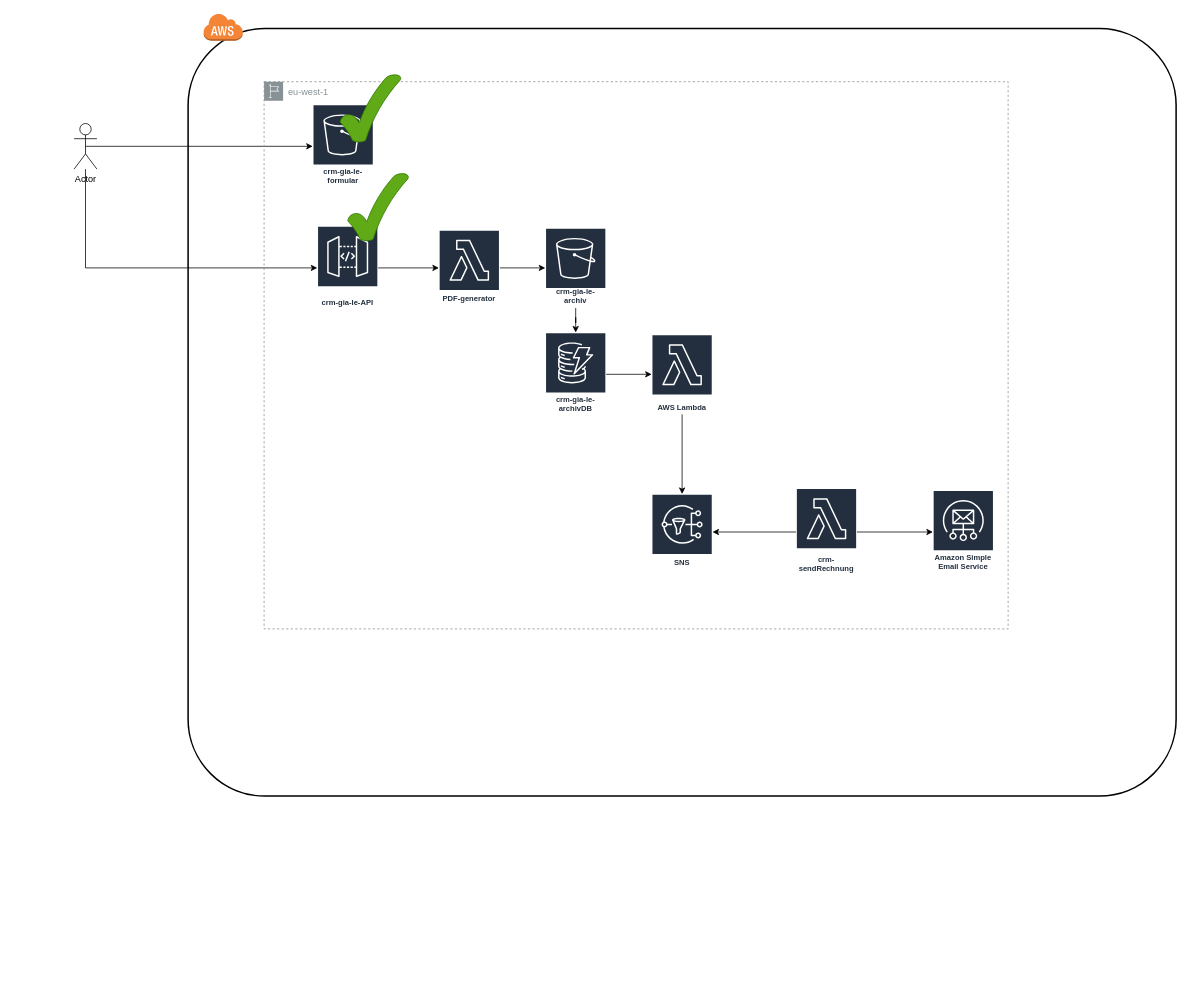
Earlier version of the draw.io diagram crm-gia-le.drawio (LeGia179/AWS_CRM). Source tidied: cells renumbered, new cells numbered last; positions are measured from the earlier drawing's top-left corner, leaving out a move shared by most shapes. Both pictures are drawn from the tidied source at 76%, with x=0, y=0 at pixel (74, 13).
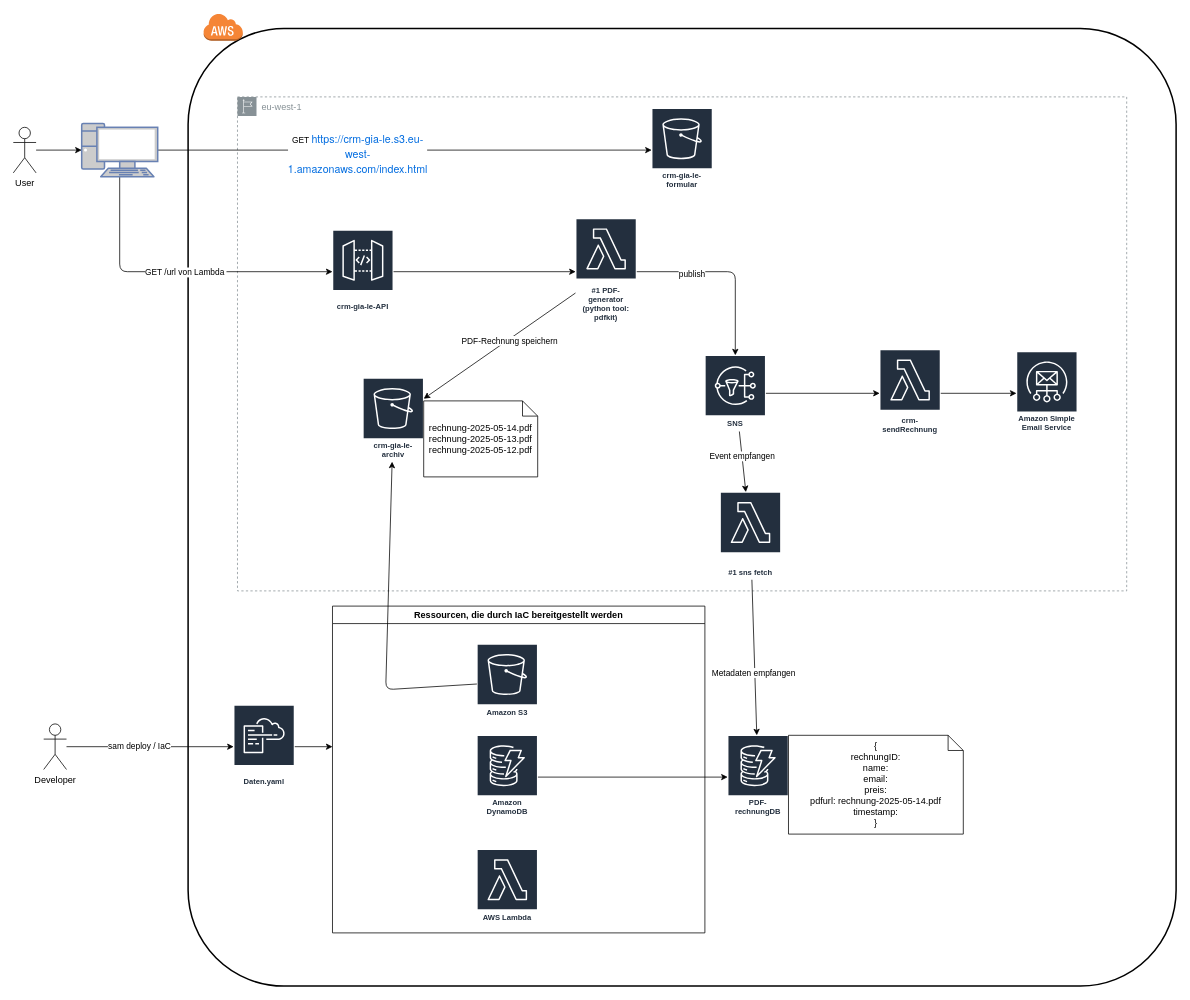
After the change.

The edit, as a diff of the source:
```diff
@@
-    <mxCell id="2" style="edgeStyle=orthogonalEdgeStyle;rounded=0;jettySize=auto;html=1;exitX=0.5;exitY=0.5;exitDx=0;exitDy=0;exitPerimeter=0;" parent="1" edge="1" source="4" target="8">
-      <mxGeometry relative="1" as="geometry" />
-    </mxCell>
-    <mxCell id="3" style="edgeStyle=orthogonalEdgeStyle;rounded=0;jettySize=auto;html=1;" parent="1" edge="1" source="4" target="12">
-      <mxGeometry relative="1" as="geometry">
-        <Array as="points">
-          <mxPoint x="15" y="335" />
-        </Array>
-      </mxGeometry>
-    </mxCell>
+    <mxCell id="26" style="edgeStyle=none;html=1;" parent="1" edge="1" source="4" target="37">
+      <mxGeometry relative="1" as="geometry" />
+    </mxCell>
-    <mxCell id="4" value="Actor" style="shape=umlActor;verticalLabelPosition=bottom;verticalAlign=top;html=1;outlineConnect=0;" parent="1" vertex="1">
-      <mxGeometry y="145" width="30" height="60" as="geometry" />
+    <mxCell id="4" value="User" style="shape=umlActor;verticalLabelPosition=bottom;verticalAlign=top;html=1;outlineConnect=0;" parent="1" vertex="1">
+      <mxGeometry x="-80" y="150" width="30" height="60" as="geometry" />
     </mxCell>
     <mxCell id="5" style="rounded=1;arcSize=10;dashed=0;fillColor=none;gradientColor=none;strokeWidth=2;" parent="1" vertex="1">
-      <mxGeometry x="150" y="20" width="1300" height="1010" as="geometry" />
+      <mxGeometry x="150" y="20" width="1300" height="1260" as="geometry" />
     </mxCell>
@@
     <mxCell id="7" value="eu-west-1" style="sketch=0;gradientColor=none;html=1;whiteSpace=wrap;fontSize=12;fontStyle=0;shape=mxgraph.aws4.group;grIcon=mxgraph.aws4.group_region;strokeColor=light-dark(#879196,#15774C);fillColor=none;verticalAlign=top;align=left;spacingLeft=30;fontColor=#879196;dashed=1;" parent="1" vertex="1">
-      <mxGeometry x="250" y="90" width="979" height="720" as="geometry" />
+      <mxGeometry x="215" y="110" width="1170" height="650" as="geometry" />
     </mxCell>
     <mxCell id="8" value="crm-gia-le-formular" style="sketch=0;outlineConnect=0;fontColor=#232F3E;gradientColor=none;strokeColor=#ffffff;fillColor=#232F3E;dashed=0;verticalLabelPosition=middle;verticalAlign=bottom;align=center;html=1;whiteSpace=wrap;fontSize=10;fontStyle=1;spacing=3;shape=mxgraph.aws4.productIcon;prIcon=mxgraph.aws4.s3;" parent="1" vertex="1">
-      <mxGeometry x="314" y="120" width="80" height="110" as="geometry" />
+      <mxGeometry x="760" y="125" width="80" height="110" as="geometry" />
     </mxCell>
+    <mxCell id="27" style="edgeStyle=none;html=1;" parent="1" edge="1" source="10" target="19">
+      <mxGeometry relative="1" as="geometry">
+        <Array as="points">
+          <mxPoint x="870" y="340" />
+        </Array>
+      </mxGeometry>
+    </mxCell>
+    <mxCell id="28" value="publish" style="edgeLabel;html=1;align=center;verticalAlign=middle;" parent="27" vertex="1">
+      <mxGeometry x="-0.4" y="-3" relative="1" as="geometry" />
+    </mxCell>
-    <mxCell id="9" style="edgeStyle=orthogonalEdgeStyle;rounded=0;jettySize=auto;html=1;" parent="1" edge="1" source="10" target="16">
+    <mxCell id="9" style="edgeStyle=none;html=1;" parent="1" edge="1" source="10" target="16">
       <mxGeometry relative="1" as="geometry" />
     </mxCell>
+    <mxCell id="29" value="PDF-Rechnung speichern" style="edgeLabel;html=1;align=center;verticalAlign=middle;" parent="9" vertex="1">
+      <mxGeometry x="-0.12" y="1" relative="1" as="geometry">
+        <mxPoint y="1" as="offset" />
+      </mxGeometry>
+    </mxCell>
-    <mxCell id="10" value="PDF-generator" style="sketch=0;outlineConnect=0;fontColor=#232F3E;gradientColor=none;strokeColor=#ffffff;fillColor=#232F3E;dashed=0;verticalLabelPosition=middle;verticalAlign=bottom;align=center;html=1;whiteSpace=wrap;fontSize=10;fontStyle=1;spacing=3;shape=mxgraph.aws4.productIcon;prIcon=mxgraph.aws4.lambda;" parent="1" vertex="1">
-      <mxGeometry x="480" y="285" width="80" height="100" as="geometry" />
+    <mxCell id="10" value="#1 PDF-generator (python tool: pdfkit)" style="sketch=0;outlineConnect=0;fontColor=#232F3E;gradientColor=none;strokeColor=#ffffff;fillColor=#232F3E;dashed=0;verticalLabelPosition=middle;verticalAlign=bottom;align=center;html=1;whiteSpace=wrap;fontSize=10;fontStyle=1;spacing=3;shape=mxgraph.aws4.productIcon;prIcon=mxgraph.aws4.lambda;" parent="1" vertex="1">
+      <mxGeometry x="660" y="270" width="80" height="140" as="geometry" />
     </mxCell>
@@
     <mxCell id="12" value="crm-gia-le-API" style="sketch=0;outlineConnect=0;fontColor=#232F3E;gradientColor=none;strokeColor=#ffffff;fillColor=#232F3E;dashed=0;verticalLabelPosition=middle;verticalAlign=bottom;align=center;html=1;whiteSpace=wrap;fontSize=10;fontStyle=1;spacing=3;shape=mxgraph.aws4.productIcon;prIcon=mxgraph.aws4.api_gateway;" parent="1" vertex="1">
-      <mxGeometry x="320" y="280" width="80" height="110" as="geometry" />
+      <mxGeometry x="340" y="285" width="80" height="110" as="geometry" />
     </mxCell>
-    <mxCell id="13" style="edgeStyle=orthogonalEdgeStyle;rounded=0;jettySize=auto;html=1;" parent="1" edge="1" source="14" target="24">
-      <mxGeometry relative="1" as="geometry" />
-    </mxCell>
-    <mxCell id="14" value="crm-gia-le-archivDB" style="sketch=0;outlineConnect=0;fontColor=#232F3E;gradientColor=none;strokeColor=#ffffff;fillColor=#232F3E;dashed=0;verticalLabelPosition=middle;verticalAlign=bottom;align=center;html=1;whiteSpace=wrap;fontSize=10;fontStyle=1;spacing=3;shape=mxgraph.aws4.productIcon;prIcon=mxgraph.aws4.dynamodb;" parent="1" vertex="1">
-      <mxGeometry x="620" y="420" width="80" height="110" as="geometry" />
-    </mxCell>
-    <mxCell id="15" style="edgeStyle=orthogonalEdgeStyle;rounded=0;jettySize=auto;html=1;" parent="1" edge="1" source="16" target="14">
-      <mxGeometry relative="1" as="geometry" />
-    </mxCell>
     <mxCell id="16" value="crm-gia-le-archiv" style="sketch=0;outlineConnect=0;fontColor=#232F3E;gradientColor=none;strokeColor=#ffffff;fillColor=#232F3E;dashed=0;verticalLabelPosition=middle;verticalAlign=bottom;align=center;html=1;whiteSpace=wrap;fontSize=10;fontStyle=1;spacing=3;shape=mxgraph.aws4.productIcon;prIcon=mxgraph.aws4.s3;" parent="1" vertex="1">
-      <mxGeometry x="620" y="282.5" width="80" height="105" as="geometry" />
+      <mxGeometry x="380" y="480" width="80" height="110" as="geometry" />
     </mxCell>
-    <mxCell id="17" style="verticalLabelPosition=bottom;verticalAlign=top;html=1;shape=mxgraph.basic.tick;fillColor=#60a917;fontColor=#ffffff;strokeColor=#2D7600;" parent="1" vertex="1">
-      <mxGeometry x="350" y="80" width="80" height="90" as="geometry" />
-    </mxCell>
-    <mxCell id="18" style="verticalLabelPosition=bottom;verticalAlign=top;html=1;shape=mxgraph.basic.tick;fillColor=#60a917;fontColor=#ffffff;strokeColor=#2D7600;" parent="1" vertex="1">
-      <mxGeometry x="360" y="210" width="80" height="90" as="geometry" />
-    </mxCell>
+    <mxCell id="30" style="edgeStyle=none;html=1;" parent="1" edge="1" source="19" target="40">
+      <mxGeometry relative="1" as="geometry" />
+    </mxCell>
+    <mxCell id="31" value="Event empfangen" style="edgeLabel;html=1;align=center;verticalAlign=middle;" parent="30" vertex="1">
+      <mxGeometry x="-0.15" relative="1" as="geometry">
+        <mxPoint y="-1" as="offset" />
+      </mxGeometry>
+    </mxCell>
+    <mxCell id="32" style="edgeStyle=none;html=1;" parent="1" edge="1" source="19" target="22">
+      <mxGeometry relative="1" as="geometry" />
+    </mxCell>
     <mxCell id="19" value="SNS" style="sketch=0;outlineConnect=0;fontColor=#232F3E;gradientColor=none;strokeColor=#ffffff;fillColor=#232F3E;dashed=0;verticalLabelPosition=middle;verticalAlign=bottom;align=center;html=1;whiteSpace=wrap;fontSize=10;fontStyle=1;spacing=3;shape=mxgraph.aws4.productIcon;prIcon=mxgraph.aws4.sns;" parent="1" vertex="1">
-      <mxGeometry x="760" y="632.5" width="80" height="100" as="geometry" />
+      <mxGeometry x="830" y="450" width="80" height="100" as="geometry" />
     </mxCell>
-    <mxCell id="20" style="edgeStyle=orthogonalEdgeStyle;rounded=0;jettySize=auto;html=1;" parent="1" edge="1" source="22" target="19">
-      <mxGeometry relative="1" as="geometry" />
-    </mxCell>
@@
     <mxCell id="22" value="crm-sendRechnung" style="sketch=0;outlineConnect=0;fontColor=#232F3E;gradientColor=none;strokeColor=#ffffff;fillColor=#232F3E;dashed=0;verticalLabelPosition=middle;verticalAlign=bottom;align=center;html=1;whiteSpace=wrap;fontSize=10;fontStyle=1;spacing=3;shape=mxgraph.aws4.productIcon;prIcon=mxgraph.aws4.lambda;" parent="1" vertex="1">
-      <mxGeometry x="950" y="625" width="80" height="115" as="geometry" />
+      <mxGeometry x="1060" y="442.5" width="80" height="115" as="geometry" />
     </mxCell>
-    <mxCell id="23" style="edgeStyle=orthogonalEdgeStyle;rounded=0;jettySize=auto;html=1;" parent="1" edge="1" source="24" target="19">
-      <mxGeometry relative="1" as="geometry" />
-    </mxCell>
+    <mxCell id="25" value="Amazon Simple Email Service" style="sketch=0;outlineConnect=0;fontColor=#232F3E;gradientColor=none;strokeColor=#ffffff;fillColor=#232F3E;dashed=0;verticalLabelPosition=middle;verticalAlign=bottom;align=center;html=1;whiteSpace=wrap;fontSize=10;fontStyle=1;spacing=3;shape=mxgraph.aws4.productIcon;prIcon=mxgraph.aws4.simple_email_service;" parent="1" vertex="1">
+      <mxGeometry x="1240" y="445" width="80" height="110" as="geometry" />
+    </mxCell>
+    <mxCell id="33" style="edgeStyle=none;html=1;" parent="1" edge="1" source="37" target="8">
+      <mxGeometry relative="1" as="geometry" />
+    </mxCell>
+    <mxCell id="34" value="GET&amp;nbsp;&lt;a style=&quot;-webkit-font-smoothing: inherit; border-collapse: separate; border-spacing: 0px; box-sizing: border-box; caption-side: top; color: rgb(0, 108, 224); cursor: auto; direction: inherit; display: inline; empty-cells: show; font-family: &amp;quot;Amazon Ember&amp;quot;, &amp;quot;Helvetica Neue&amp;quot;, Roboto, Arial, sans-serif; font-size: 14px; font-stretch: normal; font-variant-numeric: normal; font-variant-east-asian: normal; font-variant-alternates: normal; font-variant-position: normal; font-variant-emoji: normal; hyphens: none; line-height: 20px; list-style: outside none disc; tab-size: 8; text-align: start; text-decoration-color: transparent; text-decoration-line: none; text-decoration-thickness: 1px; text-shadow: none; text-underline-offset: 0.25em; transition-duration: 0.165s; transition-property: color, text-decoration, -webkit-text-decoration; visibility: visible; text-wrap-mode: wrap;&quot; href=&quot;https://crm-gia-le.s3.eu-west-1.amazonaws.com/index.html&quot; class=&quot;awsui_link_4c84z_ornir_145 awsui_variant-secondary_4c84z_ornir_211 awsui_font-size-body-m_4c84z_ornir_475&quot; data-awsui-analytics=&quot;{&amp;quot;action&amp;quot;:&amp;quot;click&amp;quot;,&amp;quot;detail&amp;quot;:{&amp;quot;label&amp;quot;:{&amp;quot;root&amp;quot;:&amp;quot;self&amp;quot;},&amp;quot;external&amp;quot;:&amp;quot;false&amp;quot;,&amp;quot;href&amp;quot;:&amp;quot;https://crm-gia-le.s3.eu-west-1.amazonaws.com/index.html&amp;quot;},&amp;quot;component&amp;quot;:{&amp;quot;name&amp;quot;:&amp;quot;awsui.Link&amp;quot;,&amp;quot;label&amp;quot;:{&amp;quot;root&amp;quot;:&amp;quot;self&amp;quot;},&amp;quot;properties&amp;quot;:{&amp;quot;variant&amp;quot;:&amp;quot;secondary&amp;quot;}}}&quot; id=&quot;link-self473-1747249241662-9048&quot;&gt;https://crm-gia-le.s3.eu-west-1.amazonaws.com/index.html&lt;/a&gt;" style="edgeLabel;html=1;align=center;verticalAlign=middle;" parent="33" vertex="1">
+      <mxGeometry x="-0.19" y="-3" relative="1" as="geometry">
+        <mxPoint x="-1" as="offset" />
+      </mxGeometry>
+    </mxCell>
+    <mxCell id="35" style="edgeStyle=none;html=1;" parent="1" edge="1" source="37" target="12">
+      <mxGeometry relative="1" as="geometry">
+        <Array as="points">
+          <mxPoint x="60" y="340" />
+        </Array>
+      </mxGeometry>
+    </mxCell>
+    <mxCell id="36" value="GET /url von Lambda&amp;nbsp;" style="edgeLabel;html=1;align=center;verticalAlign=middle;" parent="35" vertex="1">
+      <mxGeometry x="0.04" relative="1" as="geometry" />
+    </mxCell>
+    <mxCell id="37" style="fontColor=#0066CC;verticalAlign=top;verticalLabelPosition=bottom;labelPosition=center;align=center;html=1;outlineConnect=0;fillColor=#CCCCCC;strokeColor=#6881B3;gradientColor=none;gradientDirection=north;strokeWidth=2;shape=mxgraph.networks.pc;" parent="1" vertex="1">
+      <mxGeometry x="10" y="145" width="100" height="70" as="geometry" />
+    </mxCell>
+    <mxCell id="38" style="edgeStyle=none;html=1;" parent="1" edge="1" source="40" target="41">
+      <mxGeometry relative="1" as="geometry" />
+    </mxCell>
+    <mxCell id="39" value="Metadaten empfangen" style="edgeLabel;html=1;align=center;verticalAlign=middle;" parent="38" vertex="1">
+      <mxGeometry x="0.19" y="-2" relative="1" as="geometry" />
+    </mxCell>
+    <mxCell id="40" value="#1 sns fetch" style="sketch=0;outlineConnect=0;fontColor=#232F3E;gradientColor=none;strokeColor=#ffffff;fillColor=#232F3E;dashed=0;verticalLabelPosition=middle;verticalAlign=bottom;align=center;html=1;whiteSpace=wrap;fontSize=10;fontStyle=1;spacing=3;shape=mxgraph.aws4.productIcon;prIcon=mxgraph.aws4.lambda;" parent="1" vertex="1">
+      <mxGeometry x="850" y="630" width="80" height="115" as="geometry" />
+    </mxCell>
+    <mxCell id="41" value="PDF-rechnungDB" style="sketch=0;outlineConnect=0;fontColor=#232F3E;gradientColor=none;strokeColor=#ffffff;fillColor=#232F3E;dashed=0;verticalLabelPosition=middle;verticalAlign=bottom;align=center;html=1;whiteSpace=wrap;fontSize=10;fontStyle=1;spacing=3;shape=mxgraph.aws4.productIcon;prIcon=mxgraph.aws4.dynamodb;" parent="1" vertex="1">
+      <mxGeometry x="860" y="950" width="80" height="110" as="geometry" />
+    </mxCell>
+    <mxCell id="42" style="edgeStyle=none;html=1;" parent="1" edge="1" source="44" target="46">
+      <mxGeometry relative="1" as="geometry" />
+    </mxCell>
+    <mxCell id="43" value="sam deploy / IaC" style="edgeLabel;html=1;align=center;verticalAlign=middle;" parent="42" vertex="1">
+      <mxGeometry x="-0.14" y="1" relative="1" as="geometry" />
+    </mxCell>
+    <mxCell id="44" value="Developer" style="shape=umlActor;verticalLabelPosition=bottom;verticalAlign=top;html=1;outlineConnect=0;" parent="1" vertex="1">
+      <mxGeometry x="-40" y="935" width="30" height="60" as="geometry" />
+    </mxCell>
+    <mxCell id="45" style="edgeStyle=none;html=1;" parent="1" edge="1" source="46">
+      <mxGeometry relative="1" as="geometry">
+        <mxPoint x="340" y="965" as="targetPoint" />
+      </mxGeometry>
+    </mxCell>
+    <mxCell id="46" value="Daten.yaml" style="sketch=0;outlineConnect=0;fontColor=#232F3E;gradientColor=none;strokeColor=#ffffff;fillColor=#232F3E;dashed=0;verticalLabelPosition=middle;verticalAlign=bottom;align=center;html=1;whiteSpace=wrap;fontSize=10;fontStyle=1;spacing=3;shape=mxgraph.aws4.productIcon;prIcon=mxgraph.aws4.cloudformation;" parent="1" vertex="1">
+      <mxGeometry x="210" y="910" width="80" height="110" as="geometry" />
+    </mxCell>
+    <mxCell id="47" style="edgeStyle=none;html=1;" parent="1" edge="1" source="50" target="41">
+      <mxGeometry relative="1" as="geometry" />
+    </mxCell>
+    <mxCell id="48" value="Ressourcen, die durch IaC bereitgestellt werden" style="swimlane;whiteSpace=wrap;html=1;startSize=23;" parent="1" vertex="1">
+      <mxGeometry x="340" y="780" width="490" height="430" as="geometry" />
+    </mxCell>
+    <mxCell id="49" value="Amazon S3" style="sketch=0;outlineConnect=0;fontColor=#232F3E;gradientColor=none;strokeColor=#ffffff;fillColor=#232F3E;dashed=0;verticalLabelPosition=middle;verticalAlign=bottom;align=center;html=1;whiteSpace=wrap;fontSize=10;fontStyle=1;spacing=3;shape=mxgraph.aws4.productIcon;prIcon=mxgraph.aws4.s3;" parent="48" vertex="1">
+      <mxGeometry x="190" y="50" width="80" height="100" as="geometry" />
+    </mxCell>
-    <mxCell id="24" value="AWS Lambda" style="sketch=0;outlineConnect=0;fontColor=#232F3E;gradientColor=none;strokeColor=#ffffff;fillColor=#232F3E;dashed=0;verticalLabelPosition=middle;verticalAlign=bottom;align=center;html=1;whiteSpace=wrap;fontSize=10;fontStyle=1;spacing=3;shape=mxgraph.aws4.productIcon;prIcon=mxgraph.aws4.lambda;" parent="1" vertex="1">
-      <mxGeometry x="760" y="422.5" width="80" height="105" as="geometry" />
+    <mxCell id="24" value="AWS Lambda" style="sketch=0;outlineConnect=0;fontColor=#232F3E;gradientColor=none;strokeColor=#ffffff;fillColor=#232F3E;dashed=0;verticalLabelPosition=middle;verticalAlign=bottom;align=center;html=1;whiteSpace=wrap;fontSize=10;fontStyle=1;spacing=3;shape=mxgraph.aws4.productIcon;prIcon=mxgraph.aws4.lambda;" parent="48" vertex="1">
+      <mxGeometry x="190" y="320" width="80" height="100" as="geometry" />
     </mxCell>
-    <mxCell id="25" value="Amazon Simple Email Service" style="sketch=0;outlineConnect=0;fontColor=#232F3E;gradientColor=none;strokeColor=#ffffff;fillColor=#232F3E;dashed=0;verticalLabelPosition=middle;verticalAlign=bottom;align=center;html=1;whiteSpace=wrap;fontSize=10;fontStyle=1;spacing=3;shape=mxgraph.aws4.productIcon;prIcon=mxgraph.aws4.simple_email_service;" parent="1" vertex="1">
-      <mxGeometry x="1130" y="627.5" width="80" height="110" as="geometry" />
-    </mxCell>
+    <mxCell id="50" value="Amazon DynamoDB" style="sketch=0;outlineConnect=0;fontColor=#232F3E;gradientColor=none;strokeColor=#ffffff;fillColor=#232F3E;dashed=0;verticalLabelPosition=middle;verticalAlign=bottom;align=center;html=1;whiteSpace=wrap;fontSize=10;fontStyle=1;spacing=3;shape=mxgraph.aws4.productIcon;prIcon=mxgraph.aws4.dynamodb;" parent="48" vertex="1">
+      <mxGeometry x="190" y="170" width="80" height="110" as="geometry" />
+    </mxCell>
+    <mxCell id="51" style="edgeStyle=none;html=1;" parent="1" edge="1" source="49" target="16">
+      <mxGeometry relative="1" as="geometry">
+        <Array as="points">
+          <mxPoint x="410" y="890" />
+        </Array>
+      </mxGeometry>
+    </mxCell>
+    <mxCell id="52" value="rechnung-2025-05-14.pdf&lt;div&gt;&lt;span style=&quot;color: rgb(0, 0, 0);&quot;&gt;rechnung-2025-05-13.pdf&lt;/span&gt;&lt;/div&gt;&lt;div&gt;&lt;span style=&quot;color: rgb(0, 0, 0);&quot;&gt;rechnung-2025-05-12.pdf&lt;/span&gt;&lt;span style=&quot;color: rgb(0, 0, 0);&quot;&gt;&lt;/span&gt;&lt;/div&gt;" style="shape=note;size=20;whiteSpace=wrap;html=1;" parent="1" vertex="1">
+      <mxGeometry x="460" y="510" width="150" height="100" as="geometry" />
+    </mxCell>
+    <mxCell id="53" value="{&lt;div&gt;rechnungID:&lt;/div&gt;&lt;div&gt;name:&lt;/div&gt;&lt;div&gt;email:&lt;/div&gt;&lt;div&gt;preis:&lt;/div&gt;&lt;div&gt;pdfurl:&amp;nbsp;&lt;span style=&quot;color: rgb(0, 0, 0); background-color: transparent;&quot;&gt;rechnung-2025-05-14.pdf&lt;/span&gt;&lt;/div&gt;&lt;div&gt;timestamp:&lt;/div&gt;&lt;div&gt;}&lt;/div&gt;" style="shape=note;size=20;whiteSpace=wrap;html=1;" parent="1" vertex="1">
+      <mxGeometry x="940" y="950" width="230" height="130" as="geometry" />
+    </mxCell>
```
